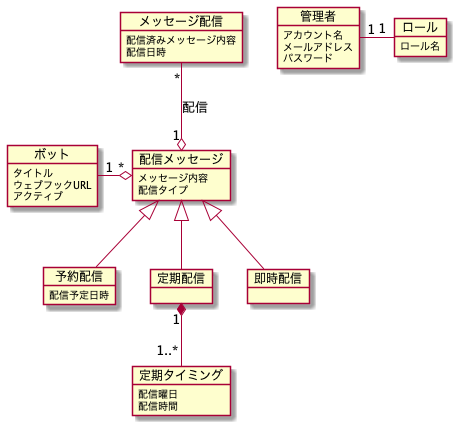
Above: diagram/analysis/model.png in takemo101/dc-scheduler (PlantUML), before the change.
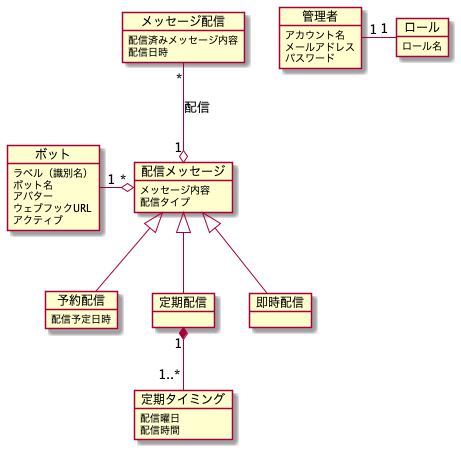
Later version of the same file.

The edit, as a diff of the source:
```diff
@@ -1,7 +1,9 @@
 @startuml model
 
 object ボット {
-    タイトル
+    ラベル（識別名）
+    ボット名
+    アバター
     ウェブフックURL
     アクティブ
 }
```
